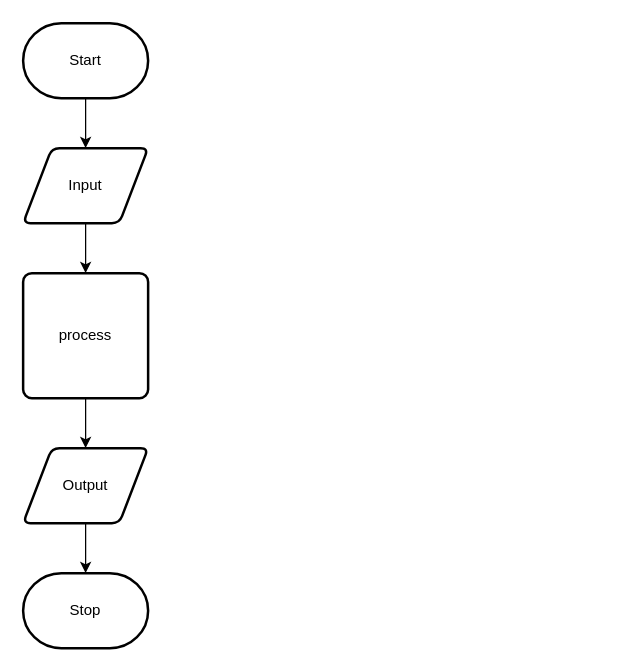
The draw.io diagram design/flow-chart.drawio in Claire-Bedrossian/ICS2O-Unit5-03-JS, before the edit. Source tidied: cells renumbered, new cells numbered last; positions are measured from the earlier drawing's top-left corner, leaving out a move shared by most shapes. Both pictures are drawn from the tidied source at 125%, with x=0, y=0 at pixel (22, 22).
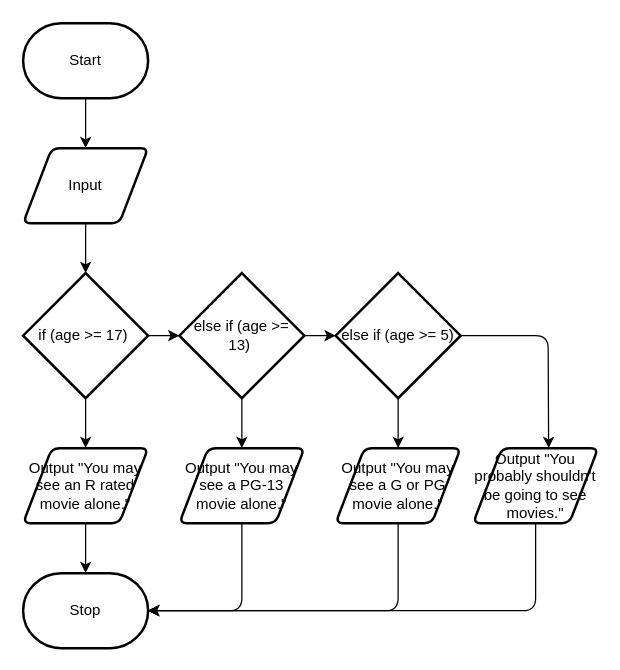
Above is the later version.

Unchanged cells that the change refers to:
```xml
<mxCell id="5" value="Input" style="shape=parallelogram;html=1;strokeWidth=2;perimeter=parallelogramPerimeter;whiteSpace=wrap;rounded=1;arcSize=12;size=0.23;" parent="1" vertex="1">
  <mxGeometry y="100" width="100" height="60" as="geometry" />
</mxCell>
<mxCell id="10" value="Stop" style="strokeWidth=2;html=1;shape=mxgraph.flowchart.terminator;whiteSpace=wrap;" parent="1" vertex="1">
  <mxGeometry y="440" width="100" height="60" as="geometry" />
</mxCell>
```

What changed in the source:
```diff
@@
-    <mxCell id="4" style="edgeStyle=none;html=1;" parent="1" edge="1" source="5" target="7">
-      <mxGeometry relative="1" as="geometry" />
+    <mxCell id="4" style="edgeStyle=none;html=1;" parent="1" edge="1" source="5">
+      <mxGeometry relative="1" as="geometry">
+        <mxPoint x="50" y="200" as="targetPoint" />
+      </mxGeometry>
     </mxCell>
@@
-    <mxCell id="6" style="edgeStyle=none;html=1;" parent="1" edge="1" source="7" target="9">
-      <mxGeometry relative="1" as="geometry" />
+    <mxCell id="6" style="edgeStyle=none;html=1;" parent="1" edge="1" target="9">
+      <mxGeometry relative="1" as="geometry">
+        <mxPoint x="50" y="300" as="sourcePoint" />
+      </mxGeometry>
     </mxCell>
-    <mxCell id="7" value="process" style="rounded=1;whiteSpace=wrap;html=1;absoluteArcSize=1;arcSize=14;strokeWidth=2;" parent="1" vertex="1">
-      <mxGeometry y="200" width="100" height="100" as="geometry" />
-    </mxCell>
@@
-    <mxCell id="9" value="Output" style="shape=parallelogram;html=1;strokeWidth=2;perimeter=parallelogramPerimeter;whiteSpace=wrap;rounded=1;arcSize=12;size=0.23;" parent="1" vertex="1">
+    <mxCell id="9" value="Output &quot;You may see an R rated movie alone.&quot;" style="shape=parallelogram;html=1;strokeWidth=2;perimeter=parallelogramPerimeter;whiteSpace=wrap;rounded=1;arcSize=12;size=0.23;" parent="1" vertex="1">
       <mxGeometry y="340" width="100" height="60" as="geometry" />
     </mxCell>
@@
+    <mxCell id="11" style="edgeStyle=none;html=1;" parent="1" edge="1" source="12">
+      <mxGeometry relative="1" as="geometry">
+        <mxPoint x="100" y="470" as="targetPoint" />
+        <Array as="points">
+          <mxPoint x="175" y="470" />
+        </Array>
+      </mxGeometry>
+    </mxCell>
+    <mxCell id="12" value="Output &quot;You may see a PG-13 movie alone.&quot;" style="shape=parallelogram;html=1;strokeWidth=2;perimeter=parallelogramPerimeter;whiteSpace=wrap;rounded=1;arcSize=12;size=0.23;" parent="1" vertex="1">
+      <mxGeometry x="125" y="340" width="100" height="60" as="geometry" />
+    </mxCell>
+    <mxCell id="13" style="edgeStyle=none;html=1;entryX=1;entryY=0.5;entryDx=0;entryDy=0;entryPerimeter=0;" parent="1" edge="1" source="14" target="10">
+      <mxGeometry relative="1" as="geometry">
+        <Array as="points">
+          <mxPoint x="410" y="470" />
+        </Array>
+      </mxGeometry>
+    </mxCell>
+    <mxCell id="14" value="Output &quot;You probably shouldn't be going to see movies.&quot;" style="shape=parallelogram;html=1;strokeWidth=2;perimeter=parallelogramPerimeter;whiteSpace=wrap;rounded=1;arcSize=12;size=0.23;" parent="1" vertex="1">
+      <mxGeometry x="360" y="340" width="100" height="60" as="geometry" />
+    </mxCell>
+    <mxCell id="15" style="edgeStyle=none;html=1;entryX=1;entryY=0.5;entryDx=0;entryDy=0;entryPerimeter=0;" parent="1" edge="1" source="16" target="10">
+      <mxGeometry relative="1" as="geometry">
+        <Array as="points">
+          <mxPoint x="300" y="470" />
+        </Array>
+      </mxGeometry>
+    </mxCell>
+    <mxCell id="16" value="Output &quot;You may see a G or PG movie alone.&quot;" style="shape=parallelogram;html=1;strokeWidth=2;perimeter=parallelogramPerimeter;whiteSpace=wrap;rounded=1;arcSize=12;size=0.23;" parent="1" vertex="1">
+      <mxGeometry x="250" y="340" width="100" height="60" as="geometry" />
+    </mxCell>
+    <mxCell id="17" style="edgeStyle=none;html=1;exitX=1;exitY=0.5;exitDx=0;exitDy=0;exitPerimeter=0;entryX=0;entryY=0.5;entryDx=0;entryDy=0;entryPerimeter=0;" parent="1" edge="1" source="18" target="21">
+      <mxGeometry relative="1" as="geometry" />
+    </mxCell>
+    <mxCell id="18" value="if (age &amp;gt;= 17)&amp;nbsp;" style="strokeWidth=2;html=1;shape=mxgraph.flowchart.decision;whiteSpace=wrap;" parent="1" vertex="1">
+      <mxGeometry y="200" width="100" height="100" as="geometry" />
+    </mxCell>
+    <mxCell id="19" style="edgeStyle=none;html=1;entryX=0.5;entryY=0;entryDx=0;entryDy=0;" parent="1" edge="1" source="21" target="12">
+      <mxGeometry relative="1" as="geometry" />
+    </mxCell>
+    <mxCell id="20" style="edgeStyle=none;html=1;entryX=0;entryY=0.5;entryDx=0;entryDy=0;entryPerimeter=0;" parent="1" edge="1" source="21" target="24">
+      <mxGeometry relative="1" as="geometry" />
+    </mxCell>
+    <mxCell id="21" value="else if (age &amp;gt;= 13)&amp;nbsp;" style="strokeWidth=2;html=1;shape=mxgraph.flowchart.decision;whiteSpace=wrap;" parent="1" vertex="1">
+      <mxGeometry x="125" y="200" width="100" height="100" as="geometry" />
+    </mxCell>
+    <mxCell id="22" style="edgeStyle=none;html=1;" parent="1" edge="1" source="24" target="16">
+      <mxGeometry relative="1" as="geometry" />
+    </mxCell>
+    <mxCell id="23" style="edgeStyle=none;html=1;entryX=0.604;entryY=-0.002;entryDx=0;entryDy=0;entryPerimeter=0;" parent="1" edge="1" source="24" target="14">
+      <mxGeometry relative="1" as="geometry">
+        <Array as="points">
+          <mxPoint x="420" y="250" />
+        </Array>
+      </mxGeometry>
+    </mxCell>
+    <mxCell id="24" value="else if (age &amp;gt;= 5)" style="strokeWidth=2;html=1;shape=mxgraph.flowchart.decision;whiteSpace=wrap;" parent="1" vertex="1">
+      <mxGeometry x="250" y="200" width="100" height="100" as="geometry" />
+    </mxCell>
```
